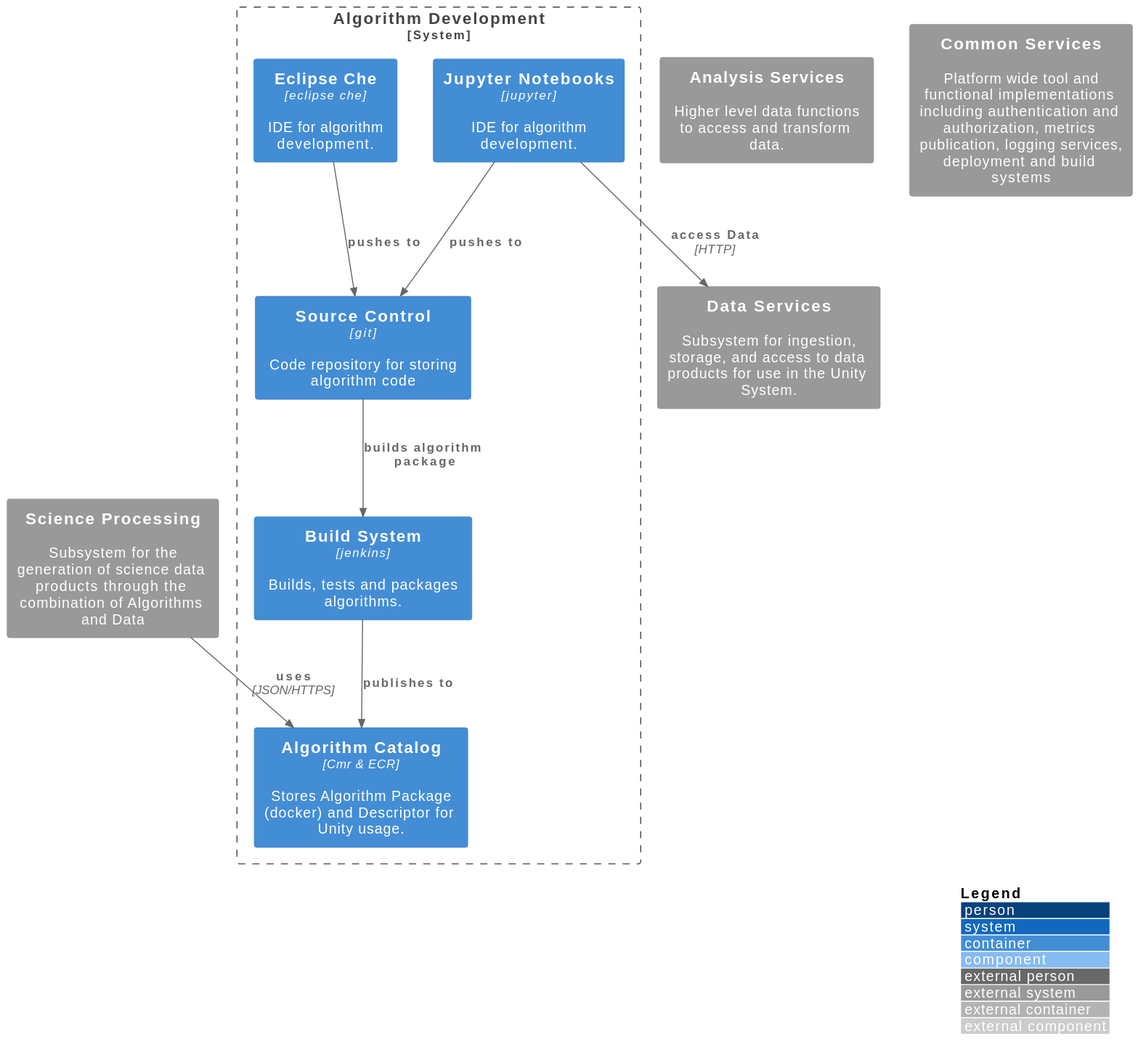
Above: docs/1. Unity Architecture/Algorithm Development/system.svg in unity-sds/unity-architecture (PlantUML), before the change.
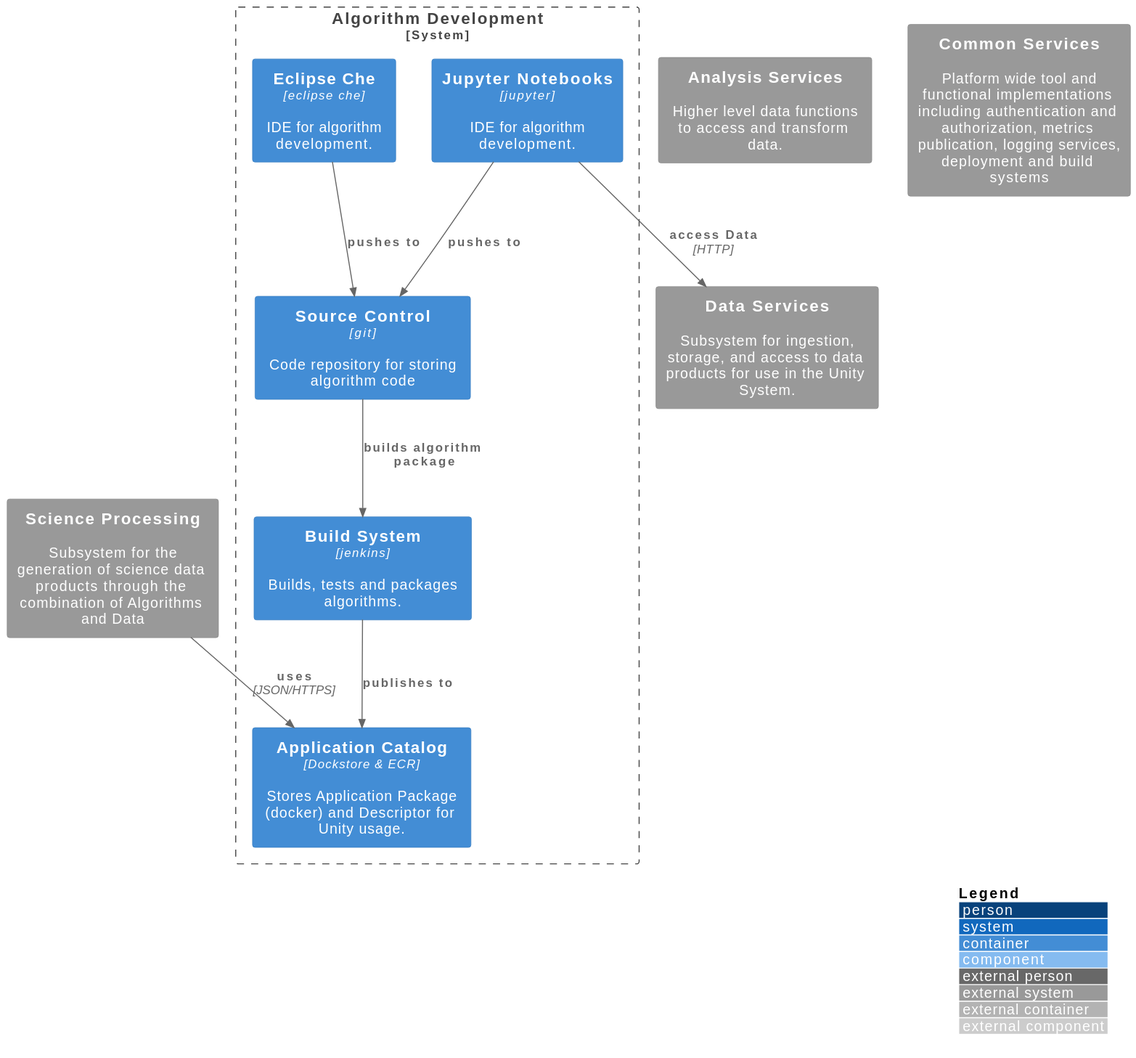
Above is the later version.

What changed in the source:
```diff
@@ -16,7 +16,7 @@
 
 
 System_Boundary(ADS, "Algorithm Development") {
-    Container(ac, "Algorithm Catalog", "Cmr & ECR", "Stores Algorithm Package (docker) and Descriptor for Unity usage.")
+    Container(ac, "Application Catalog", "Dockstore & ECR", "Stores Application Package (docker) and Descriptor for Unity usage.")
     Container(ec, "Eclipse Che", "eclipse che", "IDE for algorithm development.")
     Container(jn, "Jupyter Notebooks", "jupyter", "IDE for algorithm development.")
     Container(cicd, "Build System", "jenkins", "Builds, tests and packages algorithms.")
```
